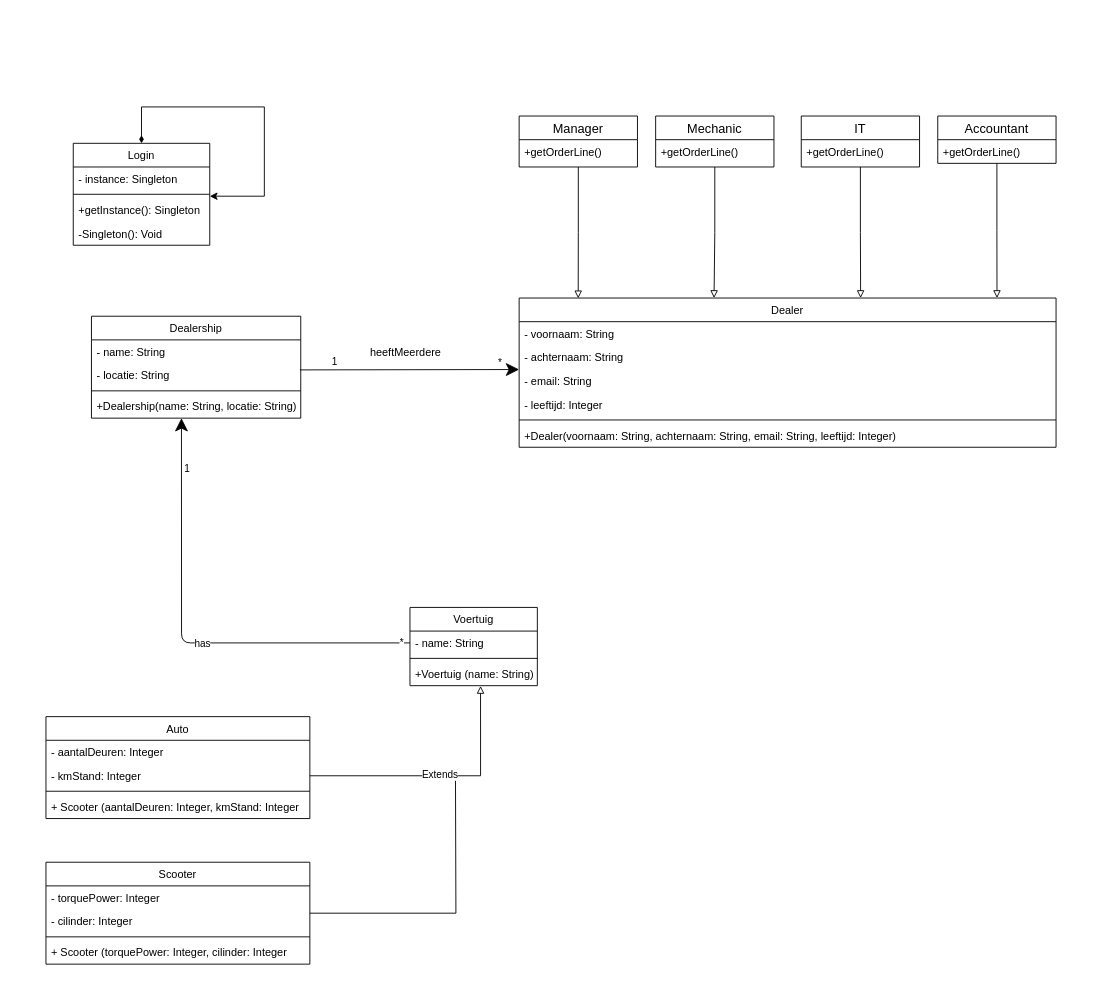
Above: Oude documenten/likebroActuallyLastUMLBROUPTODATETHATSHOWWEDOOOOBABYYY.drawio in memooh/portfolioOpdracht2eersteJaar (draw.io), before the change. Source tidied: cells renumbered, new cells numbered last; positions are measured from the earlier drawing's top-left corner, leaving out a move shared by most shapes. Both pictures are drawn from the tidied source at 91%, with x=0, y=0 at pixel (46, 106).
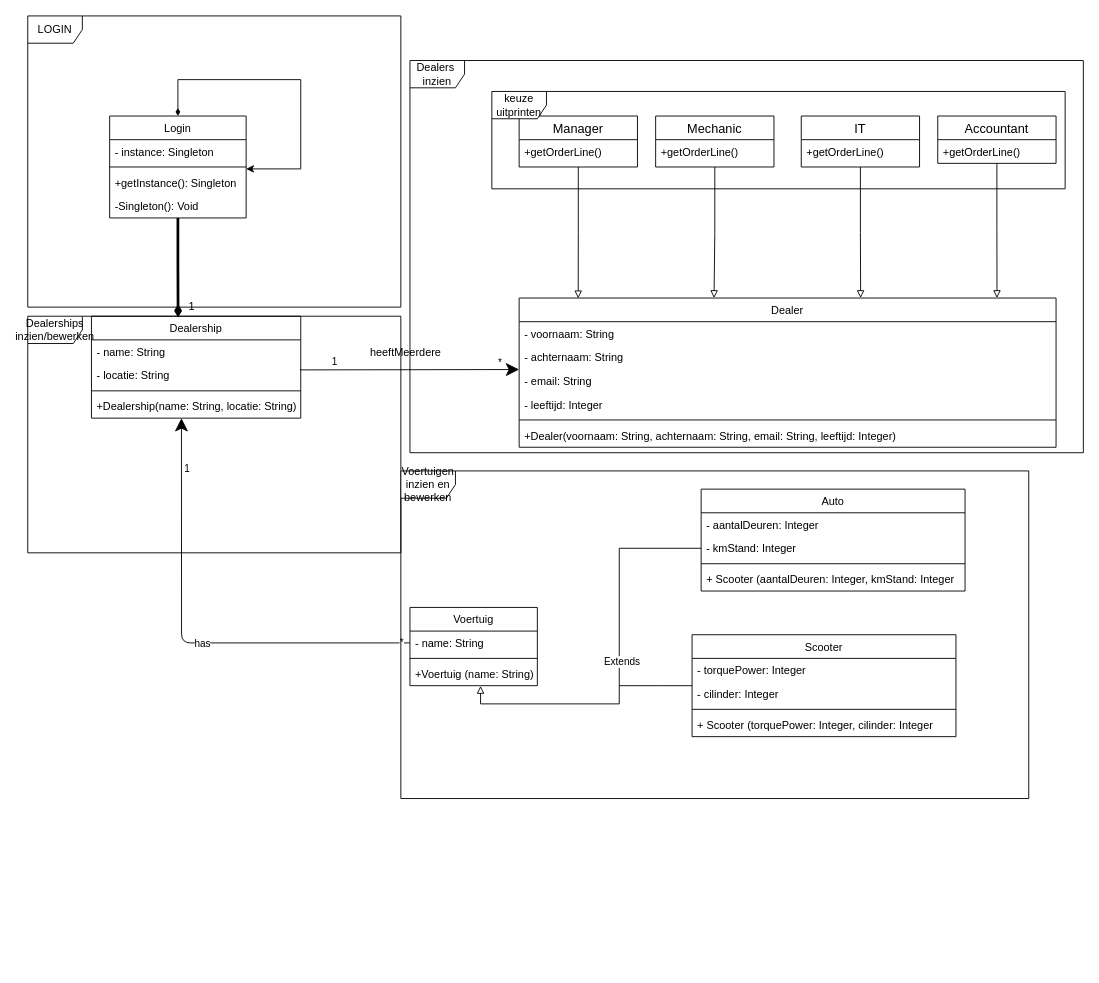
After the change.

The change refers to these unchanged cells:
```xml
<mxCell id="17" value="Dealership" style="swimlane;fontStyle=0;horizontal=1;startSize=26;fillColor=none;" parent="1" vertex="1">
  <mxGeometry x="50" y="230" width="230" height="112" as="geometry" />
</mxCell>
```

What changed in the source:
```diff
@@
-    <mxCell id="2" style="edgeStyle=orthogonalEdgeStyle;rounded=0;jettySize=auto;html=1;endArrow=none;endFill=0;" parent="1" edge="1" source="3">
-      <mxGeometry relative="1" as="geometry">
-        <mxPoint x="450" y="730" as="targetPoint" />
-      </mxGeometry>
-    </mxCell>
+    <mxCell id="57" style="edgeStyle=orthogonalEdgeStyle;rounded=0;jettySize=auto;html=1;endArrow=none;endFill=0;" parent="1" edge="1" source="3">
+      <mxGeometry relative="1" as="geometry">
+        <mxPoint x="630" y="636" as="targetPoint" />
+      </mxGeometry>
+    </mxCell>
     <mxCell id="3" value="Scooter" style="swimlane;fontStyle=0;horizontal=1;startSize=26;fillColor=none;" parent="1" vertex="1">
-      <mxGeometry y="830" width="290" height="112" as="geometry" />
+      <mxGeometry x="710" y="580" width="290" height="112" as="geometry" />
     </mxCell>
@@
     <mxCell id="12" value="Auto" style="swimlane;fontStyle=0;horizontal=1;startSize=26;fillColor=none;" parent="1" vertex="1">
-      <mxGeometry y="670" width="290" height="112" as="geometry" />
+      <mxGeometry x="720" y="420" width="290" height="112" as="geometry" />
     </mxCell>
@@
+    <mxCell id="58" style="edgeStyle=orthogonalEdgeStyle;rounded=0;jettySize=auto;html=1;endArrow=diamondThin;endFill=1;entryX=0.414;entryY=0.013;entryDx=0;entryDy=0;entryPerimeter=0;strokeWidth=3;" parent="1" edge="1" source="51" target="17">
+      <mxGeometry relative="1" as="geometry" />
+    </mxCell>
     <mxCell id="51" value="Login" style="swimlane;fontStyle=0;horizontal=1;startSize=26;fillColor=none;" parent="1" vertex="1">
-      <mxGeometry x="30" y="40" width="150" height="112" as="geometry" />
+      <mxGeometry x="70" y="10" width="150" height="112" as="geometry" />
     </mxCell>
@@
+    <mxCell id="59" value="1" style="text;html=1;align=center;verticalAlign=middle;strokeColor=none;" parent="1" vertex="1">
+      <mxGeometry x="150" y="210" width="20" height="20" as="geometry" />
+    </mxCell>
+    <mxCell id="60" value="LOGIN" style="shape=umlFrame;whiteSpace=wrap;html=1;" parent="1" vertex="1">
+      <mxGeometry x="-20" y="-100" width="410" height="320" as="geometry" />
+    </mxCell>
+    <mxCell id="61" value="Dealerships&lt;br&gt;inzien/bewerken" style="shape=umlFrame;whiteSpace=wrap;html=1;" parent="1" vertex="1">
+      <mxGeometry x="-20" y="230" width="410" height="260" as="geometry" />
+    </mxCell>
+    <mxCell id="62" value="Voertuigen&lt;br&gt;inzien en bewerken" style="shape=umlFrame;whiteSpace=wrap;html=1;" parent="1" vertex="1">
+      <mxGeometry x="390" y="400" width="690" height="360" as="geometry" />
+    </mxCell>
+    <mxCell id="63" value="Dealers&amp;nbsp;&lt;br&gt;inzien" style="shape=umlFrame;whiteSpace=wrap;html=1;" parent="1" vertex="1">
+      <mxGeometry x="400" y="-51" width="740" height="431" as="geometry" />
+    </mxCell>
+    <mxCell id="64" value="keuze uitprinten" style="shape=umlFrame;whiteSpace=wrap;html=1;" parent="1" vertex="1">
+      <mxGeometry x="490" y="-17" width="630" height="107" as="geometry" />
+    </mxCell>
```
